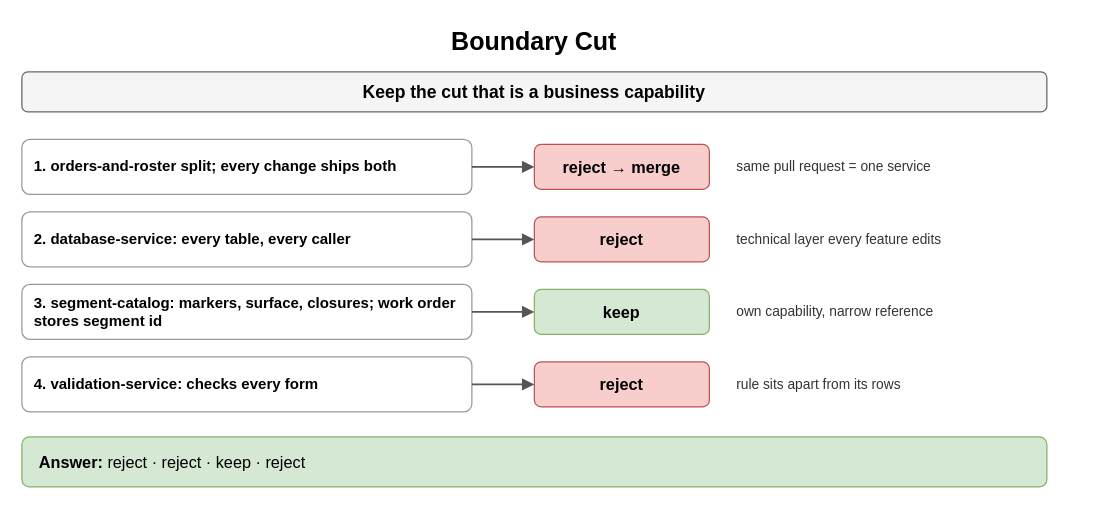
Above: page "Boundary Cut" (3 of 8) of content/09_System_Design_Interview/12_Microservices_and_System_Decomposition/diagrams/microservices-drills.drawio in amendez13/swe-study-guide (draw.io), before the change. Source tidied: cells renumbered, new cells numbered last; positions are measured from the earlier drawing's top-left corner, leaving out a move shared by most shapes. Both pictures are drawn from the tidied source at 125%, with x=0, y=0 at pixel (21, 21).
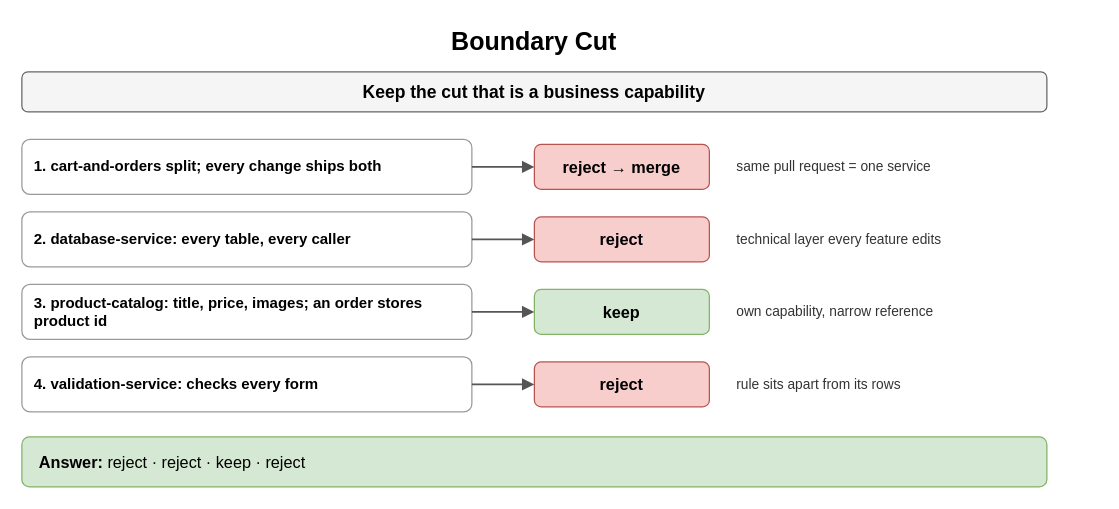
The same diagram, later.

The edit, as a diff of the source:
```diff
@@
-    <mxCell id="4" value="1. orders-and-roster split; every change ships both" style="rounded=1;whiteSpace=wrap;html=1;fillColor=#ffffff;strokeColor=#999999;fontSize=12;align=left;fontStyle=1;spacingLeft=8;" parent="1" vertex="1">
+    <mxCell id="4" value="1. cart-and-orders split; every change ships both" style="rounded=1;whiteSpace=wrap;html=1;fillColor=#ffffff;strokeColor=#999999;fontSize=12;align=left;fontStyle=1;spacingLeft=8;" parent="1" vertex="1">
       <mxGeometry y="94" width="360" height="44" as="geometry" />
     </mxCell>
@@
-    <mxCell id="12" value="3. segment-catalog: markers, surface, closures; work order stores segment id" style="rounded=1;whiteSpace=wrap;html=1;fillColor=#ffffff;strokeColor=#999999;fontSize=12;align=left;fontStyle=1;spacingLeft=8;" parent="1" vertex="1">
+    <mxCell id="12" value="3. product-catalog: title, price, images; an order stores product id" style="rounded=1;whiteSpace=wrap;html=1;fillColor=#ffffff;strokeColor=#999999;fontSize=12;align=left;fontStyle=1;spacingLeft=8;" parent="1" vertex="1">
       <mxGeometry y="210" width="360" height="44" as="geometry" />
     </mxCell>
```
